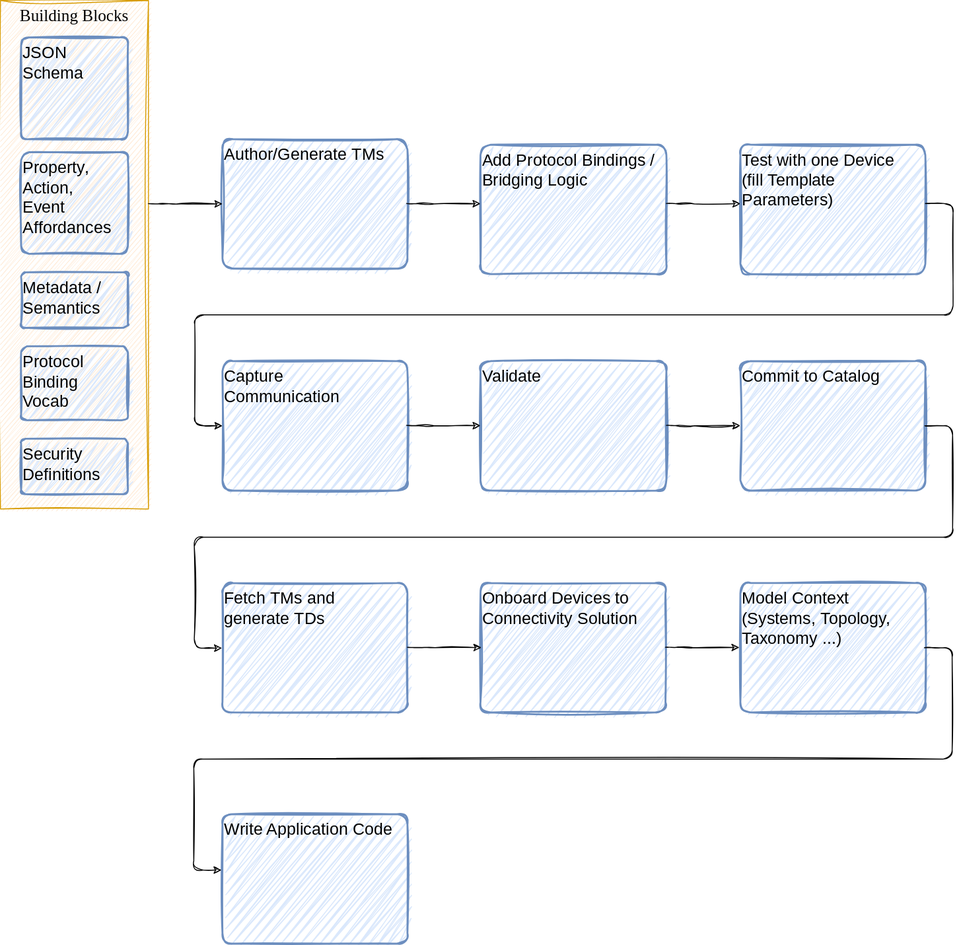
Above: media/wot-workflow.drawio.svg in wot-oss/proposal (draw.io), before the change. Source tidied: cells renumbered, new cells last; positions are measured from the earlier drawing's top-left corner, leaving out a move shared by most shapes.
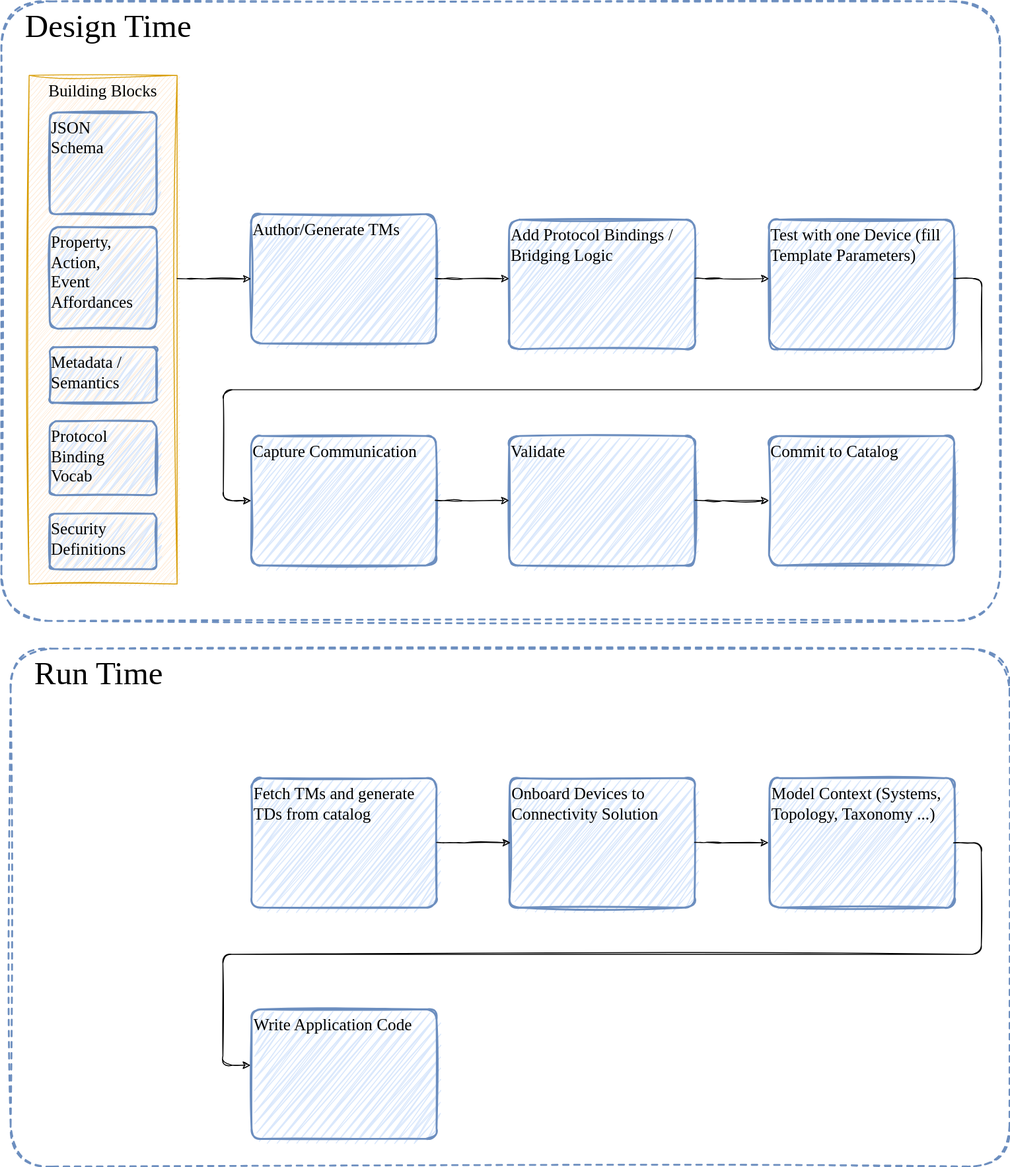
After the change.

Commit message:
Separated Design and Run Time

Change to the diagram source:
```diff
@@ -91,62 +91,56 @@
         </Array>
       </mxGeometry>
     </mxCell>
-    <mxCell id="19" value="&lt;font face=&quot;Architects Daughter&quot;&gt;Fetch TMs and generate TDs&lt;/font&gt;" style="rounded=1;whiteSpace=wrap;html=1;fillColor=#dae8fc;strokeColor=#6c8ebf;strokeWidth=2;sketch=1;curveFitting=1;jiggle=1.2;fillStyle=zigzag;verticalAlign=top;align=left;spacingRight=10;arcSize=8;fontSize=18;" parent="1" vertex="1">
-      <mxGeometry x="240" y="630" width="200" height="140" as="geometry" />
+    <mxCell id="19" value="&lt;font face=&quot;Architects Daughter&quot;&gt;Fetch TMs and generate TDs from catalog&lt;/font&gt;" style="rounded=1;whiteSpace=wrap;html=1;fillColor=#dae8fc;strokeColor=#6c8ebf;strokeWidth=2;sketch=1;curveFitting=1;jiggle=1.2;fillStyle=zigzag;verticalAlign=top;align=left;spacingRight=10;arcSize=8;fontSize=18;" parent="1" vertex="1">
+      <mxGeometry x="240.5" y="760" width="200" height="140" as="geometry" />
     </mxCell>
-    <mxCell id="20" style="edgeStyle=orthogonalEdgeStyle;sketch=1;hachureGap=4;jiggle=1;curveFitting=1;html=1;strokeColor=#000000;fontFamily=Architects Daughter;fontSource=https%3A%2F%2Ffonts.googleapis.com%2Fcss%3Ffamily%3DArchitects%2BDaughter;fontSize=8;fontColor=#000000;startArrow=none;startFill=0;entryX=0;entryY=0.5;entryDx=0;entryDy=0;" parent="1" edge="1">
-      <mxGeometry relative="1" as="geometry">
-        <mxPoint x="999.5" y="460" as="sourcePoint" />
-        <mxPoint x="239.5" y="700.5" as="targetPoint" />
-        <Array as="points">
-          <mxPoint x="1029.5" y="460.5" />
-          <mxPoint x="1029.5" y="580.5" />
-          <mxPoint x="209.5" y="580.5" />
-          <mxPoint x="209.5" y="700.5" />
-        </Array>
-      </mxGeometry>
-    </mxCell>
     <mxCell id="21" value="&lt;font face=&quot;Architects Daughter&quot;&gt;Onboard Devices to Connectivity Solution&lt;/font&gt;" style="rounded=1;whiteSpace=wrap;html=1;fillColor=#dae8fc;strokeColor=#6c8ebf;strokeWidth=2;sketch=1;curveFitting=1;jiggle=1.2;fillStyle=zigzag;verticalAlign=top;align=left;spacingRight=10;arcSize=8;fontSize=18;" parent="1" vertex="1">
-      <mxGeometry x="519" y="630" width="200" height="140" as="geometry" />
+      <mxGeometry x="519.5" y="760" width="200" height="140" as="geometry" />
     </mxCell>
     <mxCell id="22" style="edgeStyle=none;sketch=1;hachureGap=4;jiggle=1;curveFitting=1;html=1;strokeColor=#000000;fontFamily=Architects Daughter;fontSource=https%3A%2F%2Ffonts.googleapis.com%2Fcss%3Ffamily%3DArchitects%2BDaughter;fontSize=8;fontColor=#000000;startArrow=none;startFill=0;" parent="1" edge="1">
       <mxGeometry relative="1" as="geometry">
-        <mxPoint x="440" y="699.5" as="sourcePoint" />
-        <mxPoint x="520" y="699.8" as="targetPoint" />
+        <mxPoint x="440.5" y="829.5" as="sourcePoint" />
+        <mxPoint x="520.5" y="829.8" as="targetPoint" />
         <Array as="points">
-          <mxPoint x="460" y="700" />
+          <mxPoint x="460.5" y="830" />
         </Array>
       </mxGeometry>
     </mxCell>
     <mxCell id="23" value="&lt;font face=&quot;Architects Daughter&quot;&gt;Model Context (Systems, Topology, Taxonomy ...)&lt;br&gt;&lt;/font&gt;" style="rounded=1;whiteSpace=wrap;html=1;fillColor=#dae8fc;strokeColor=#6c8ebf;strokeWidth=2;sketch=1;curveFitting=1;jiggle=1.2;fillStyle=zigzag;verticalAlign=top;align=left;spacingRight=10;arcSize=8;fontSize=18;" parent="1" vertex="1">
-      <mxGeometry x="800" y="630" width="200" height="140" as="geometry" />
+      <mxGeometry x="800.5" y="760" width="200" height="140" as="geometry" />
     </mxCell>
     <mxCell id="24" style="edgeStyle=none;sketch=1;hachureGap=4;jiggle=1;curveFitting=1;html=1;strokeColor=#000000;fontFamily=Architects Daughter;fontSource=https%3A%2F%2Ffonts.googleapis.com%2Fcss%3Ffamily%3DArchitects%2BDaughter;fontSize=8;fontColor=#000000;startArrow=none;startFill=0;" parent="1" edge="1">
       <mxGeometry relative="1" as="geometry">
-        <mxPoint x="719" y="699.5" as="sourcePoint" />
-        <mxPoint x="799" y="699.8" as="targetPoint" />
+        <mxPoint x="719.5" y="829.5" as="sourcePoint" />
+        <mxPoint x="799.5" y="829.8" as="targetPoint" />
         <Array as="points">
-          <mxPoint x="739" y="699.9" />
+          <mxPoint x="739.5" y="829.9" />
         </Array>
       </mxGeometry>
     </mxCell>
     <mxCell id="25" value="&lt;font face=&quot;Architects Daughter&quot;&gt;Write Application Code&lt;/font&gt;" style="rounded=1;whiteSpace=wrap;html=1;fillColor=#dae8fc;strokeColor=#6c8ebf;strokeWidth=2;sketch=1;curveFitting=1;jiggle=1.2;fillStyle=zigzag;verticalAlign=top;align=left;spacingRight=10;arcSize=8;fontSize=18;" parent="1" vertex="1">
-      <mxGeometry x="240" y="880" width="200" height="140" as="geometry" />
+      <mxGeometry x="240.5" y="1010" width="200" height="140" as="geometry" />
     </mxCell>
     <mxCell id="26" style="edgeStyle=orthogonalEdgeStyle;sketch=1;hachureGap=4;jiggle=1;curveFitting=1;html=1;strokeColor=#000000;fontFamily=Architects Daughter;fontSource=https%3A%2F%2Ffonts.googleapis.com%2Fcss%3Ffamily%3DArchitects%2BDaughter;fontSize=8;fontColor=#000000;startArrow=none;startFill=0;entryX=0;entryY=0.5;entryDx=0;entryDy=0;" parent="1" edge="1">
       <mxGeometry relative="1" as="geometry">
-        <mxPoint x="999" y="700" as="sourcePoint" />
-        <mxPoint x="239" y="940.5" as="targetPoint" />
+        <mxPoint x="999.5" y="830" as="sourcePoint" />
+        <mxPoint x="239.5" y="1070.5" as="targetPoint" />
         <Array as="points">
-          <mxPoint x="1029" y="700.5" />
-          <mxPoint x="1029" y="820.5" />
-          <mxPoint x="209" y="820.5" />
-          <mxPoint x="209" y="940.5" />
+          <mxPoint x="1029.5" y="830.5" />
+          <mxPoint x="1029.5" y="950.5" />
+          <mxPoint x="209.5" y="950.5" />
+          <mxPoint x="209.5" y="1070.5" />
         </Array>
       </mxGeometry>
     </mxCell>
     <mxCell id="27" value="&lt;font face=&quot;Architects Daughter&quot;&gt;JSON Schema&lt;/font&gt;" style="rounded=1;whiteSpace=wrap;html=1;fillColor=#dae8fc;strokeColor=#6c8ebf;strokeWidth=2;sketch=1;curveFitting=1;jiggle=1.2;fillStyle=zigzag;verticalAlign=top;align=left;spacingRight=10;arcSize=8;fontSize=18;" parent="1" vertex="1">
       <mxGeometry x="22.2" y="40" width="115.5" height="110" as="geometry" />
     </mxCell>
+    <mxCell id="28" value="&lt;font style=&quot;font-size: 35px;&quot; face=&quot;Architects Daughter&quot;&gt;Design Time&lt;/font&gt;" style="rounded=1;whiteSpace=wrap;html=1;fillColor=none;fontSize=18;align=left;verticalAlign=top;strokeColor=#6c8ebf;strokeWidth=2;sketch=1;curveFitting=1;jiggle=1.2;fillStyle=zigzag;spacingRight=10;arcSize=8;dashed=1;spacingLeft=24;" parent="1" vertex="1">
+      <mxGeometry x="-30" y="-80" width="1080" height="670" as="geometry" />
+    </mxCell>
+    <mxCell id="29" value="&lt;font style=&quot;font-size: 35px;&quot; face=&quot;Architects Daughter&quot;&gt;Run Time&lt;/font&gt;" style="rounded=1;whiteSpace=wrap;html=1;fillColor=none;fontSize=18;align=left;verticalAlign=top;strokeColor=#6c8ebf;strokeWidth=2;sketch=1;curveFitting=1;jiggle=1.2;fillStyle=zigzag;spacingRight=10;arcSize=8;dashed=1;spacingLeft=24;" parent="1" vertex="1">
+      <mxGeometry x="-20" y="620" width="1080" height="560" as="geometry" />
+    </mxCell>
   </root>
 </mxGraphModel>
```
